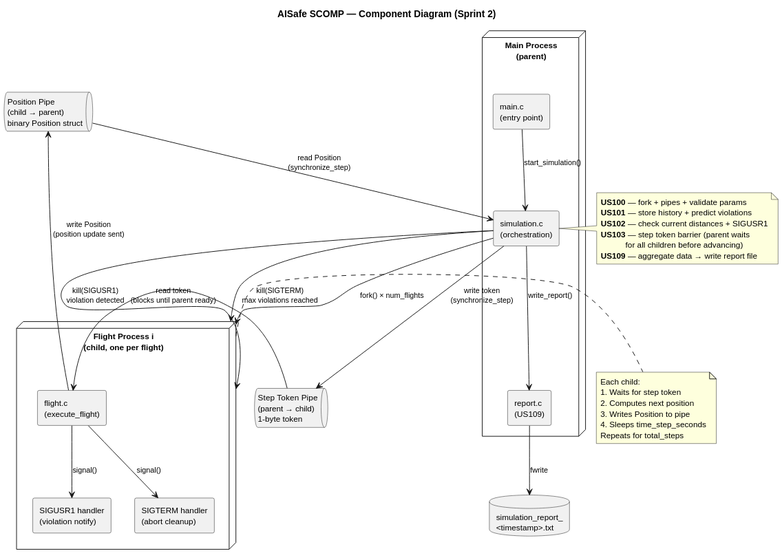
The PlantUML diagram docs/Sprint 3/SCOMP/component_diagram.svg in DuartePinto1240/sem4pi2526-sem4pi2526_2da2, before a commit.
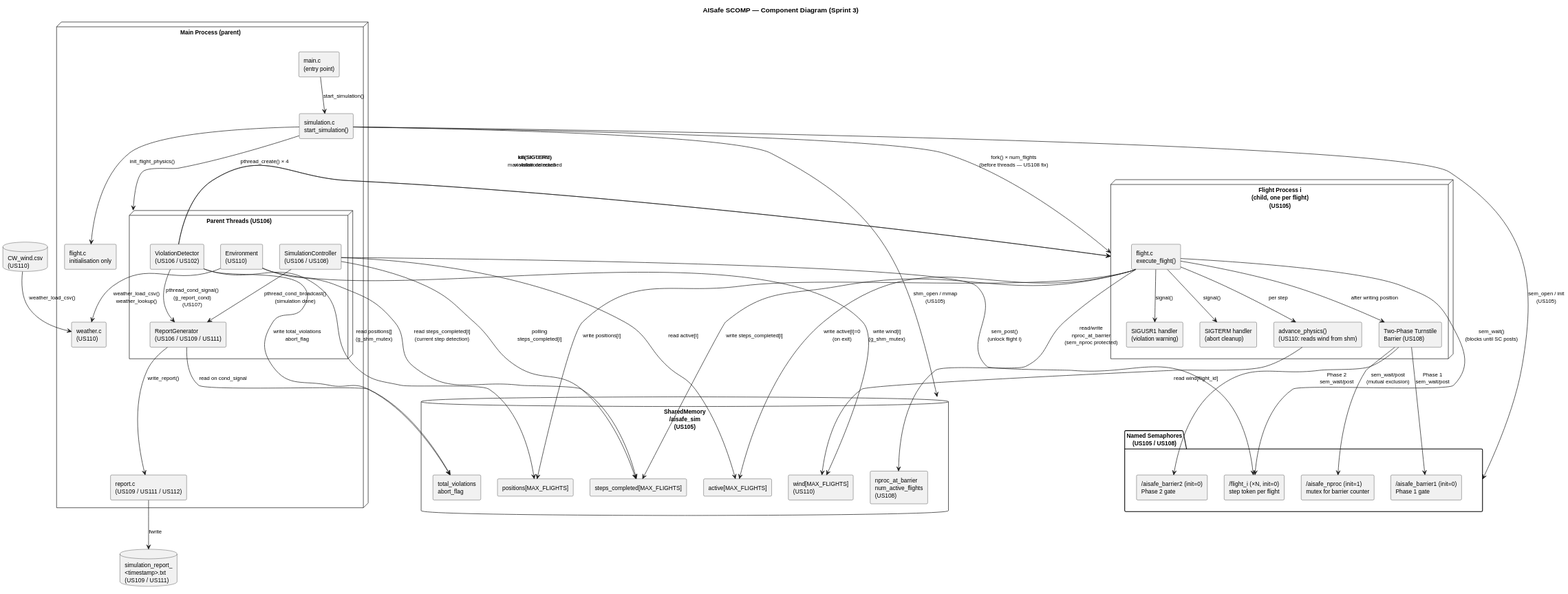
The same diagram one commit later.

Change to the diagram source:
```diff
@@ -3,58 +3,95 @@
 skinparam defaultFontSize 12
 skinparam ArrowFontSize 11
 
-title AISafe SCOMP — Component Diagram (Sprint 2)
+title AISafe SCOMP — Component Diagram (Sprint 3)
 
-node "Main Process\n(parent)" as MAIN {
+node "Main Process (parent)" as MAIN {
+
   component "main.c\n(entry point)" as MAIN_C
-  component "simulation.c\n(orchestration)" as SIM
-  component "report.c\n(US109)" as REPORT
+  component "simulation.c\nstart_simulation()" as SIM
+
+  node "Parent Threads (US106)" as THREADS {
+    component "SimulationController\n(US106 / US108)" as SC
+    component "ViolationDetector\n(US106 / US102)" as VD
+    component "ReportGenerator\n(US106 / US109 / US111)" as RG
+    component "Environment\n(US110)" as ENV
+  }
+
+  component "report.c\n(US109 / US111 / US112)" as REPORT_C
+  component "weather.c\n(US110)" as WEATHER_C
+  component "flight.c\ninitialisation only" as FLIGHT_INIT
 
   MAIN_C --> SIM : start_simulation()
-  SIM --> REPORT : write_report()
+  SIM --> THREADS : pthread_create() × 4
+  SIM --> FLIGHT_INIT : init_flight_physics()
+  RG --> REPORT_C : write_report()
+  ENV --> WEATHER_C : weather_load_csv()\nweather_lookup()
 }
 
-node "Flight Process i\n(child, one per flight)" as CHILD {
-  component "flight.c\n(execute_flight)" as FLIGHT
-  component "SIGUSR1 handler\n(violation notify)" as SIG1
+node "Flight Process i\n(child, one per flight)\n(US105)" as CHILD {
+  component "flight.c\nexecute_flight()" as FLIGHT
+  component "advance_physics()\n(US110: reads wind from shm)" as PHYSICS
+  component "Two-Phase Turnstile\nBarrier (US108)" as BARRIER_CHILD
+  component "SIGUSR1 handler\n(violation warning)" as SIG1
   component "SIGTERM handler\n(abort cleanup)" as SIGT
 
+  FLIGHT --> PHYSICS : per step
+  FLIGHT --> BARRIER_CHILD : after writing position
   FLIGHT --> SIG1 : signal()
   FLIGHT --> SIGT : signal()
 }
 
-database "simulation_report_\n<timestamp>.txt" as REPORT_FILE
+database "SharedMemory\n/aisafe_sim\n(US105)" as SHM {
+  component "positions[MAX_FLIGHTS]" as SHM_POS
+  component "steps_completed[MAX_FLIGHTS]" as SHM_STEPS
+  component "active[MAX_FLIGHTS]" as SHM_ACTIVE
+  component "wind[MAX_FLIGHTS]\n(US110)" as SHM_WIND
+  component "nproc_at_barrier\nnum_active_flights\n(US108)" as SHM_BARRIER
+  component "total_violations\nabort_flag" as SHM_VIOL
+}
 
-queue "Position Pipe\n(child → parent)\nbinary Position struct" as PIPE_POS
-queue "Step Token Pipe\n(parent → child)\n1-byte token" as PIPE_STEP
+database "simulation_report_\n<timestamp>.txt\n(US109 / US111)" as REPORT_FILE
 
-SIM --> PIPE_STEP : write token\n(synchronize_step)
-PIPE_STEP --> FLIGHT : read token\n(blocks until parent ready)
+package "Named Semaphores\n(US105 / US108)" as SEMS {
+  component "/flight_i  (×N, init=0)\nstep token per flight" as SEM_FLIGHT
+  component "/aisafe_nproc  (init=1)\nmutex for barrier counter" as SEM_NPROC
+  component "/aisafe_barrier1  (init=0)\nPhase 1 gate" as SEM_B1
+  component "/aisafe_barrier2  (init=0)\nPhase 2 gate" as SEM_B2
+}
 
-FLIGHT --> PIPE_POS : write Position\n(position update sent)
-PIPE_POS --> SIM : read Position\n(synchronize_step)
+database "CW_wind.csv\n(US110)" as CSV
 
-SIM --> CHILD : fork() × num_flights
-SIM -right-> CHILD : kill(SIGUSR1)\nviolation detected
-SIM -right-> CHILD : kill(SIGTERM)\nmax violations reached
+SIM --> SHM : shm_open / mmap\n(US105)
+SC --> SHM_STEPS : polling\nsteps_completed[i]
+SC --> SHM_ACTIVE : read active[i]
+VD --> SHM_POS : read positions[]\n(g_shm_mutex)
+VD --> SHM_VIOL : write total_violations\nabort_flag
+ENV --> SHM_WIND : write wind[i]\n(g_shm_mutex)
+ENV --> SHM_STEPS : read steps_completed[i]\n(current step detection)
+RG --> SHM_VIOL : read on cond_signal
 
-REPORT --> REPORT_FILE : fwrite
+PHYSICS --> SHM_WIND : read wind[flight_id]
+FLIGHT --> SHM_POS : write positions[i]
+FLIGHT --> SHM_STEPS : write steps_completed[i]
+FLIGHT --> SHM_ACTIVE : write active[i]=0\n(on exit)
+FLIGHT --> SHM_BARRIER : read/write\nnproc_at_barrier\n(sem_nproc protected)
 
-note right of SIM
-  **US100** — fork + pipes + validate params
-  **US101** — store history + predict violations
-  **US102** — check current distances + SIGUSR1
-  **US103** — step token barrier (parent waits
-             for all children before advancing)
-  **US109** — aggregate data → write report file
-end note
+SIM --> SEMS : sem_open / init\n(US105)
+SC --> SEM_FLIGHT : sem_post()\n(unlock flight i)
+FLIGHT --> SEM_FLIGHT : sem_wait()\n(blocks until SC posts)
+BARRIER_CHILD --> SEM_NPROC : sem_wait/post\n(mutual exclusion)
+BARRIER_CHILD --> SEM_B1 : Phase 1\nsem_wait/post
+BARRIER_CHILD --> SEM_B2 : Phase 2\nsem_wait/post
 
-note right of CHILD
-  Each child:
-  1. Waits for step token
-  2. Computes next position
-  3. Writes Position to pipe
-  4. Sleeps time_step_seconds
-  Repeats for total_steps
-end note
+VD -right-> CHILD : kill(SIGUSR1)\nviolation detected
+VD -right-> CHILD : kill(SIGTERM)\nmax violations reached
+
+VD --> RG : pthread_cond_signal()\n(g_report_cond)\n(US107)
+SC --> RG : pthread_cond_broadcast()\n(simulation done)
+
+CSV --> WEATHER_C : weather_load_csv()
+
+REPORT_C --> REPORT_FILE : fwrite
+
+SIM --> CHILD : fork() × num_flights\n(before threads — US108 fix)
 @enduml
```
